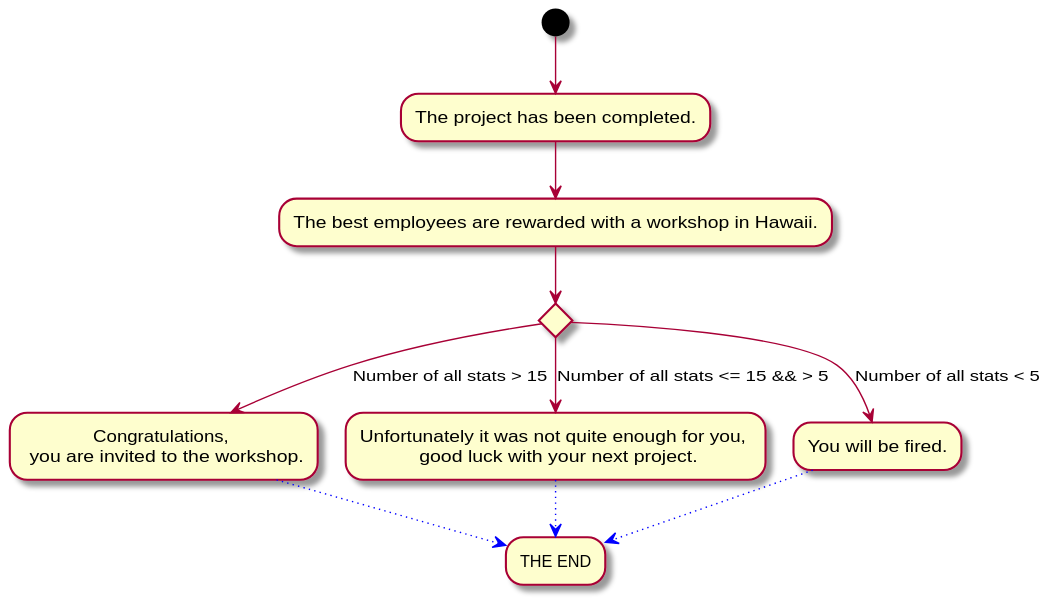
This is Docs/Technical Specifications/docs/diagrams/StoryFlow/StoryFlow_Decision_15.svg from Brotenko/QualityQuest, a PlantUML export, as it was before one commit.
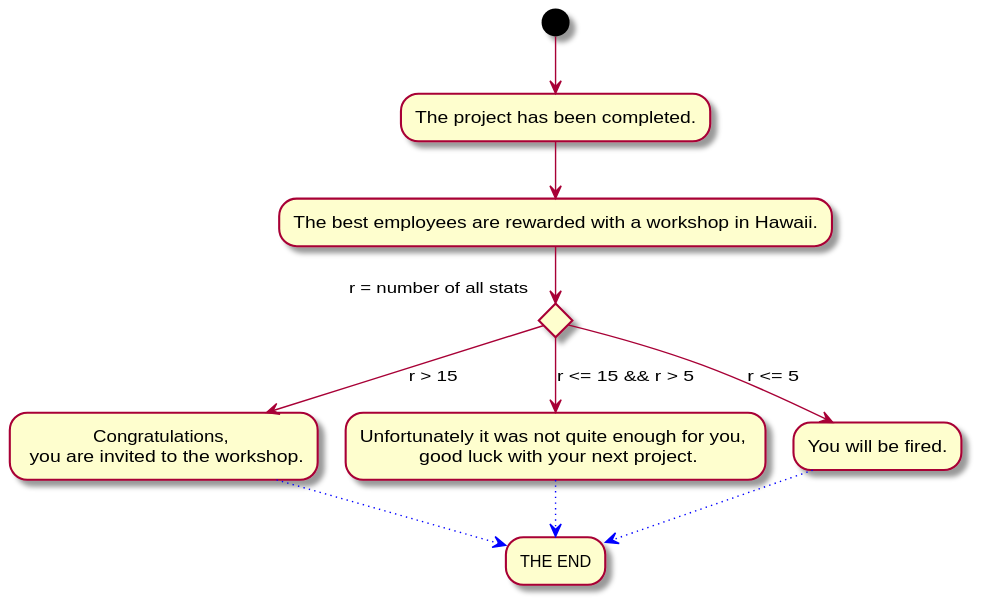
Later version of the same file.

Diff of the diagram source:
```diff
@@ -1,12 +1,12 @@
 @startuml
 (*) --> "The project has been completed."
 --> "The best employees are rewarded with a workshop in Hawaii."
-if "" then
---> [Number of all stats > 15] "Congratulations, \n you are invited to the workshop." as a
+if "r = number of all stats" then
+--> [r > 15] "Congratulations, \n you are invited to the workshop." as a
 else
---> [Number of all stats <= 15 && > 5] "Unfortunately it was not quite enough for you, \n good luck with your next project." as b
+--> [r <= 15 && r > 5] "Unfortunately it was not quite enough for you, \n good luck with your next project." as b
 else
---> [Number of all stats < 5] "You will be fired."
+--> [r <= 5] "You will be fired."
 -[#blue,dotted]-> "THE END" as ende
 a -[#blue,dotted]-> ende
 b -[#blue,dotted]-> ende
```
